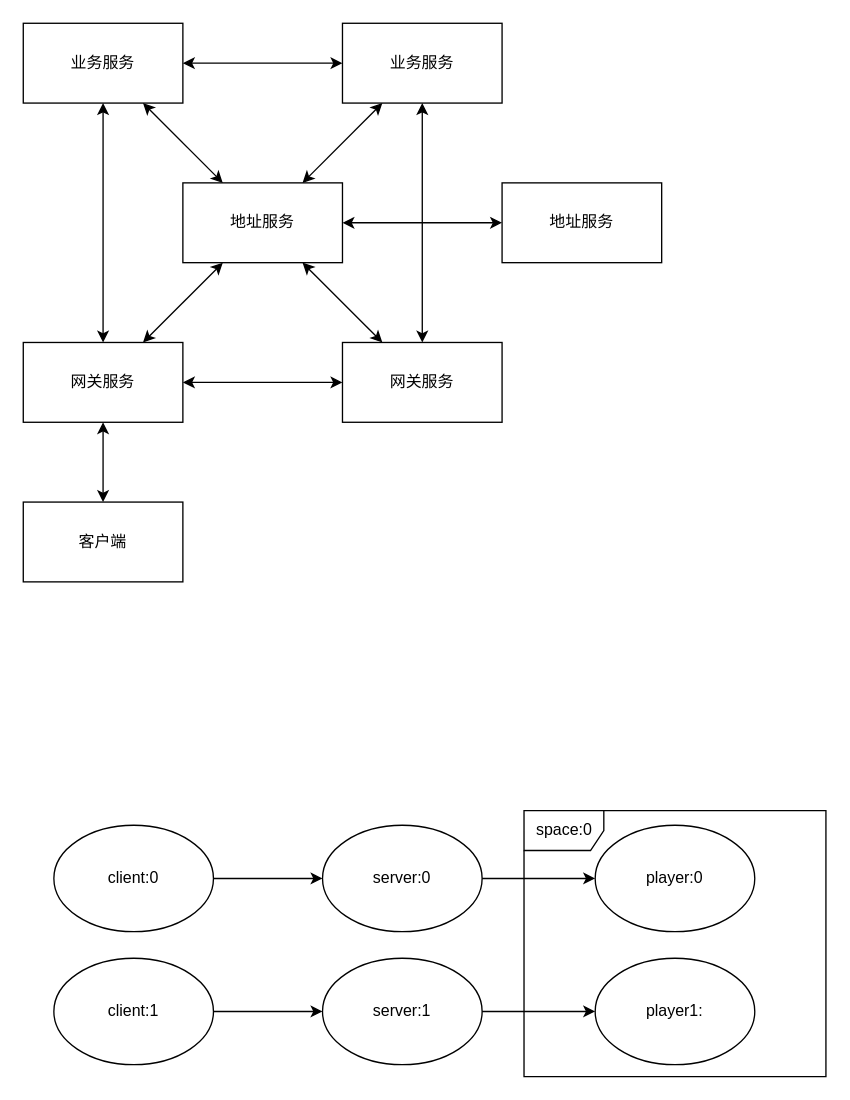
Above: page "消息通信" (2 of 5) of Document/OpenMS.drawio in ChivenZhang/OpenMS (draw.io), before the change. Source tidied: cells renumbered, new cells numbered last; positions are measured from the earlier drawing's top-left corner, leaving out a move shared by most shapes. Both pictures are drawn from the tidied source at 133%, with x=0, y=0 at pixel (23, 23).
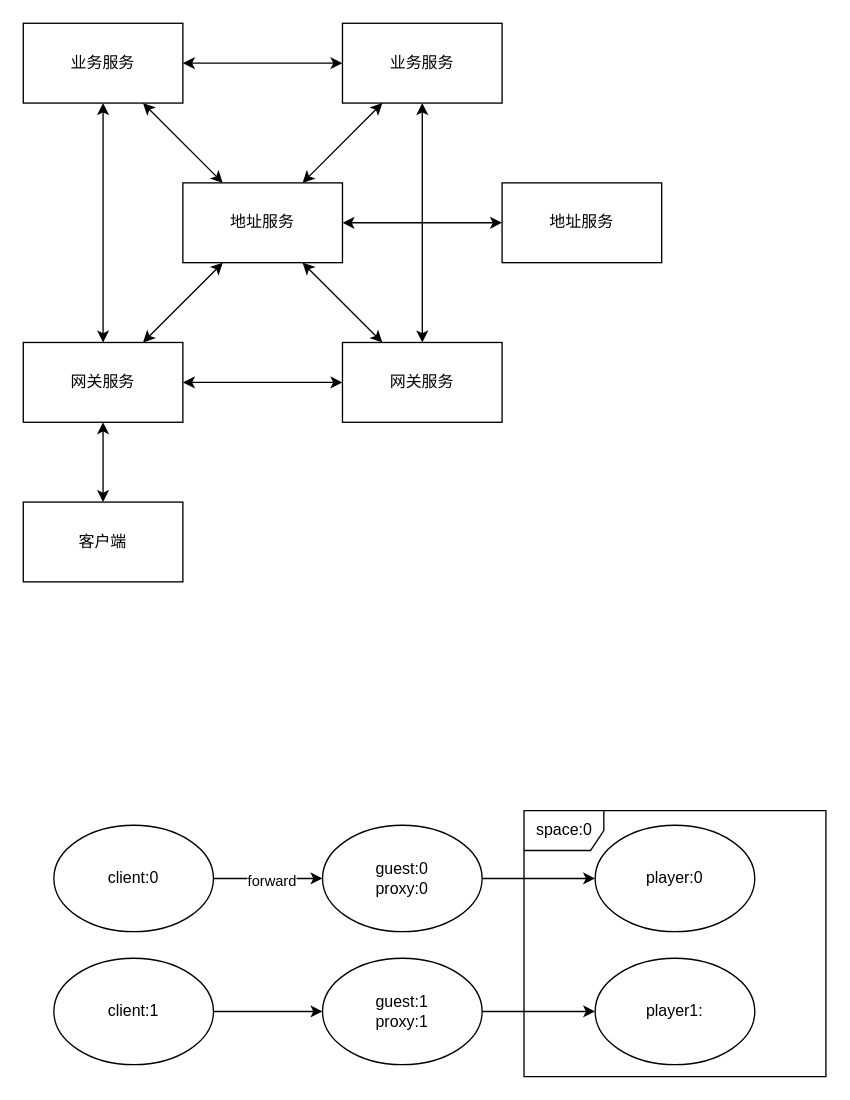
The same page after the edit.

Unchanged cells that the change refers to:
```xml
<mxCell id="26" style="endArrow=classic;html=1;rounded=0;" parent="1" edge="1" source="19" target="21">
  <mxGeometry relative="1" as="geometry" />
</mxCell>
```

Change to the diagram source:
```diff
@@
-    <mxCell id="21" value="server:0" style="ellipse;whiteSpace=wrap;html=1;" parent="1" vertex="1">
+    <mxCell id="21" value="guest:0&lt;br&gt;proxy:0" style="ellipse;whiteSpace=wrap;html=1;" parent="1" vertex="1">
       <mxGeometry x="225" y="603" width="120" height="80" as="geometry" />
     </mxCell>
-    <mxCell id="22" value="server:1" style="ellipse;whiteSpace=wrap;html=1;" parent="1" vertex="1">
+    <mxCell id="22" value="guest:1&lt;br&gt;proxy:1" style="ellipse;whiteSpace=wrap;html=1;" parent="1" vertex="1">
       <mxGeometry x="225" y="703" width="120" height="80" as="geometry" />
     </mxCell>
@@
+    <mxCell id="30" value="forward" style="edgeLabel;html=1;align=center;verticalAlign=middle;" parent="26" vertex="1">
+      <mxGeometry x="0.05" y="-1" relative="1" as="geometry" />
+    </mxCell>
```
